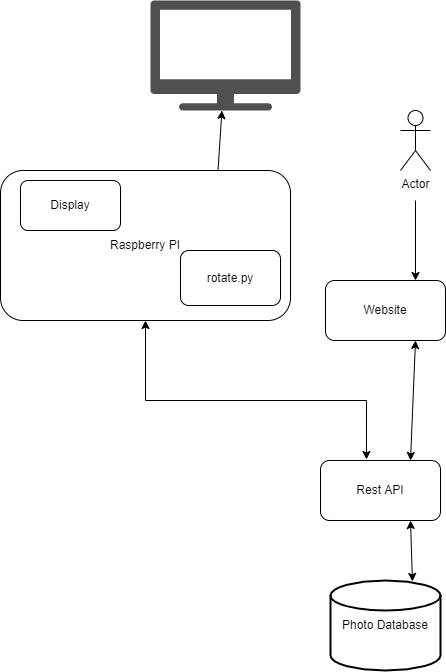
wasartin/image-api keeps this draw.io diagram as resources/initDiagram.drawio.png. Above is the earlier version. Source tidied: cells renumbered, new cells last; positions are measured from the earlier drawing's top-left corner, leaving out a move shared by most shapes. Its diagram source:
```xml
<mxGraphModel>
  <root>
    <mxCell id="0" />
    <mxCell id="1" parent="0" />
    <mxCell id="2" value="Photo Database" style="strokeWidth=2;html=1;shape=mxgraph.flowchart.database;whiteSpace=wrap;" parent="1" vertex="1">
      <mxGeometry x="330" y="580" width="110" height="90" as="geometry" />
    </mxCell>
    <mxCell id="3" value="Rest API" style="rounded=1;whiteSpace=wrap;html=1;" parent="1" vertex="1">
      <mxGeometry x="320" y="460" width="120" height="60" as="geometry" />
    </mxCell>
    <mxCell id="4" value="Website" style="rounded=1;whiteSpace=wrap;html=1;" parent="1" vertex="1">
      <mxGeometry x="325" y="280" width="120" height="60" as="geometry" />
    </mxCell>
    <mxCell id="5" value="Raspberry PI" style="rounded=1;whiteSpace=wrap;html=1;" parent="1" vertex="1">
      <mxGeometry y="170" width="290" height="150" as="geometry" />
    </mxCell>
    <mxCell id="6" style="sketch=0;shadow=0;dashed=0;html=1;strokeColor=none;fillColor=#505050;labelPosition=center;verticalLabelPosition=bottom;verticalAlign=top;outlineConnect=0;align=center;shape=mxgraph.office.devices.tv;" parent="1" vertex="1">
      <mxGeometry x="150" width="150" height="110" as="geometry" />
    </mxCell>
    <mxCell id="7" value="Actor" style="shape=umlActor;verticalLabelPosition=bottom;verticalAlign=top;html=1;" parent="1" vertex="1">
      <mxGeometry x="400" y="110" width="30" height="60" as="geometry" />
    </mxCell>
    <mxCell id="8" style="endArrow=classic;startArrow=classic;html=1;rounded=0;entryX=0.75;entryY=1;entryDx=0;entryDy=0;exitX=0.745;exitY=0.011;exitDx=0;exitDy=0;exitPerimeter=0;" parent="1" edge="1" source="2" target="3">
      <mxGeometry relative="1" as="geometry" />
    </mxCell>
    <mxCell id="9" style="endArrow=classic;startArrow=classic;html=1;rounded=0;entryX=0.75;entryY=1;entryDx=0;entryDy=0;exitX=0.75;exitY=0;exitDx=0;exitDy=0;" parent="1" edge="1" source="3" target="4">
      <mxGeometry relative="1" as="geometry" />
    </mxCell>
    <mxCell id="10" style="endArrow=classic;startArrow=classic;html=1;rounded=0;entryX=0.383;entryY=-0.017;entryDx=0;entryDy=0;entryPerimeter=0;exitX=0.5;exitY=1;exitDx=0;exitDy=0;" parent="1" edge="1" source="5" target="3">
      <mxGeometry relative="1" as="geometry">
        <Array as="points">
          <mxPoint x="145" y="400" />
          <mxPoint x="366" y="400" />
        </Array>
      </mxGeometry>
    </mxCell>
    <mxCell id="11" style="endArrow=classic;html=1;rounded=0;exitX=0.75;exitY=0;exitDx=0;exitDy=0;" parent="1" edge="1" source="5" target="6">
      <mxGeometry relative="1" as="geometry" />
    </mxCell>
    <mxCell id="12" style="endArrow=classic;html=1;rounded=0;entryX=0.75;entryY=0;entryDx=0;entryDy=0;" parent="1" edge="1" target="4">
      <mxGeometry relative="1" as="geometry">
        <mxPoint x="415" y="200" as="sourcePoint" />
      </mxGeometry>
    </mxCell>
    <mxCell id="13" value="Display" style="rounded=1;whiteSpace=wrap;html=1;" parent="1" vertex="1">
      <mxGeometry x="20" y="180" width="100" height="50" as="geometry" />
    </mxCell>
    <mxCell id="14" value="rotate.py" style="rounded=1;whiteSpace=wrap;html=1;" parent="1" vertex="1">
      <mxGeometry x="180" y="250" width="100" height="55" as="geometry" />
    </mxCell>
  </root>
</mxGraphModel>
```
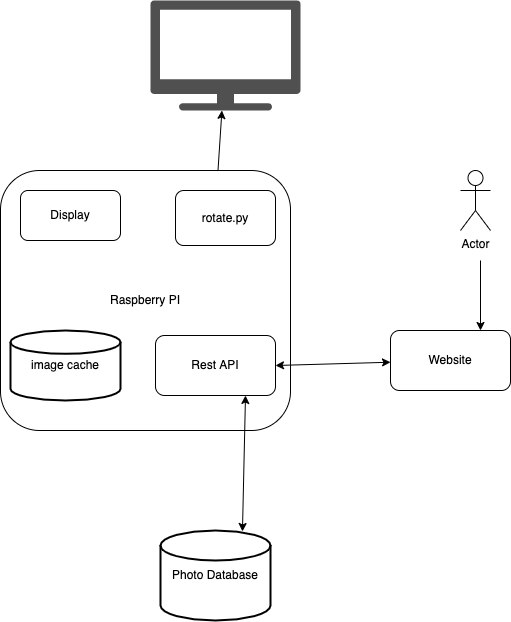
Above is the later version.

Diff of the diagram source:
```diff
@@ -2,51 +2,46 @@
   <root>
     <mxCell id="0" />
     <mxCell id="1" parent="0" />
+    <mxCell id="5" value="Raspberry PI" style="rounded=1;whiteSpace=wrap;html=1;" parent="1" vertex="1">
+      <mxGeometry y="170" width="290" height="260" as="geometry" />
+    </mxCell>
     <mxCell id="2" value="Photo Database" style="strokeWidth=2;html=1;shape=mxgraph.flowchart.database;whiteSpace=wrap;" parent="1" vertex="1">
-      <mxGeometry x="330" y="580" width="110" height="90" as="geometry" />
+      <mxGeometry x="160" y="530" width="110" height="90" as="geometry" />
     </mxCell>
     <mxCell id="3" value="Rest API" style="rounded=1;whiteSpace=wrap;html=1;" parent="1" vertex="1">
-      <mxGeometry x="320" y="460" width="120" height="60" as="geometry" />
+      <mxGeometry x="155" y="335" width="120" height="60" as="geometry" />
     </mxCell>
     <mxCell id="4" value="Website" style="rounded=1;whiteSpace=wrap;html=1;" parent="1" vertex="1">
-      <mxGeometry x="325" y="280" width="120" height="60" as="geometry" />
+      <mxGeometry x="390" y="330" width="120" height="60" as="geometry" />
     </mxCell>
-    <mxCell id="5" value="Raspberry PI" style="rounded=1;whiteSpace=wrap;html=1;" parent="1" vertex="1">
-      <mxGeometry y="170" width="290" height="150" as="geometry" />
-    </mxCell>
     <mxCell id="6" style="sketch=0;shadow=0;dashed=0;html=1;strokeColor=none;fillColor=#505050;labelPosition=center;verticalLabelPosition=bottom;verticalAlign=top;outlineConnect=0;align=center;shape=mxgraph.office.devices.tv;" parent="1" vertex="1">
       <mxGeometry x="150" width="150" height="110" as="geometry" />
     </mxCell>
     <mxCell id="7" value="Actor" style="shape=umlActor;verticalLabelPosition=bottom;verticalAlign=top;html=1;" parent="1" vertex="1">
-      <mxGeometry x="400" y="110" width="30" height="60" as="geometry" />
+      <mxGeometry x="460" y="170" width="30" height="60" as="geometry" />
     </mxCell>
     <mxCell id="8" style="endArrow=classic;startArrow=classic;html=1;rounded=0;entryX=0.75;entryY=1;entryDx=0;entryDy=0;exitX=0.745;exitY=0.011;exitDx=0;exitDy=0;exitPerimeter=0;" parent="1" edge="1" source="2" target="3">
       <mxGeometry relative="1" as="geometry" />
     </mxCell>
-    <mxCell id="9" style="endArrow=classic;startArrow=classic;html=1;rounded=0;entryX=0.75;entryY=1;entryDx=0;entryDy=0;exitX=0.75;exitY=0;exitDx=0;exitDy=0;" parent="1" edge="1" source="3" target="4">
+    <mxCell id="9" style="endArrow=classic;startArrow=classic;html=1;rounded=0;exitX=1;exitY=0.5;exitDx=0;exitDy=0;" parent="1" edge="1" source="3" target="4">
       <mxGeometry relative="1" as="geometry" />
     </mxCell>
-    <mxCell id="10" style="endArrow=classic;startArrow=classic;html=1;rounded=0;entryX=0.383;entryY=-0.017;entryDx=0;entryDy=0;entryPerimeter=0;exitX=0.5;exitY=1;exitDx=0;exitDy=0;" parent="1" edge="1" source="5" target="3">
-      <mxGeometry relative="1" as="geometry">
-        <Array as="points">
-          <mxPoint x="145" y="400" />
-          <mxPoint x="366" y="400" />
-        </Array>
-      </mxGeometry>
-    </mxCell>
     <mxCell id="11" style="endArrow=classic;html=1;rounded=0;exitX=0.75;exitY=0;exitDx=0;exitDy=0;" parent="1" edge="1" source="5" target="6">
       <mxGeometry relative="1" as="geometry" />
     </mxCell>
     <mxCell id="12" style="endArrow=classic;html=1;rounded=0;entryX=0.75;entryY=0;entryDx=0;entryDy=0;" parent="1" edge="1" target="4">
       <mxGeometry relative="1" as="geometry">
-        <mxPoint x="415" y="200" as="sourcePoint" />
+        <mxPoint x="480" y="260" as="sourcePoint" />
       </mxGeometry>
     </mxCell>
     <mxCell id="13" value="Display" style="rounded=1;whiteSpace=wrap;html=1;" parent="1" vertex="1">
-      <mxGeometry x="20" y="180" width="100" height="50" as="geometry" />
+      <mxGeometry x="20" y="190" width="100" height="50" as="geometry" />
     </mxCell>
     <mxCell id="14" value="rotate.py" style="rounded=1;whiteSpace=wrap;html=1;" parent="1" vertex="1">
-      <mxGeometry x="180" y="250" width="100" height="55" as="geometry" />
+      <mxGeometry x="175" y="190" width="100" height="55" as="geometry" />
     </mxCell>
+    <mxCell id="15" value="image cache" style="strokeWidth=2;html=1;shape=mxgraph.flowchart.database;whiteSpace=wrap;" parent="1" vertex="1">
+      <mxGeometry x="10" y="330" width="110" height="70" as="geometry" />
+    </mxCell>
   </root>
 </mxGraphModel>
```
